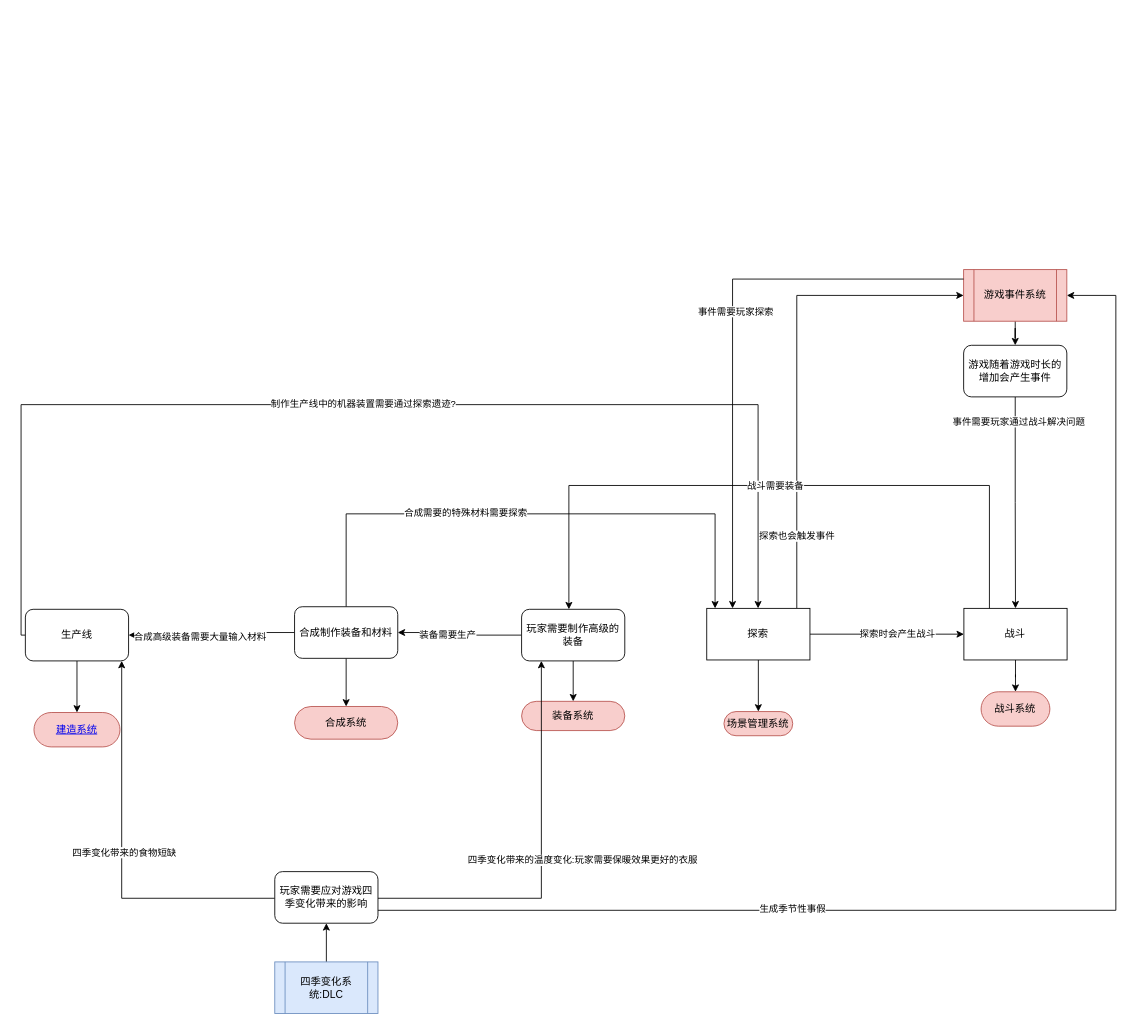
Before: page "系统循环架构总览" (1 of 6) of 开发文档文件夹/游戏系统总览.drawio in XDIOEZ/TerraFlat, a draw.io diagram. Source tidied: cells renumbered, new cells numbered last; positions are measured from the earlier drawing's top-left corner, leaving out a move shared by most shapes. Both pictures are drawn from the tidied source at 86%, with x=0, y=0 at pixel (21, 269).
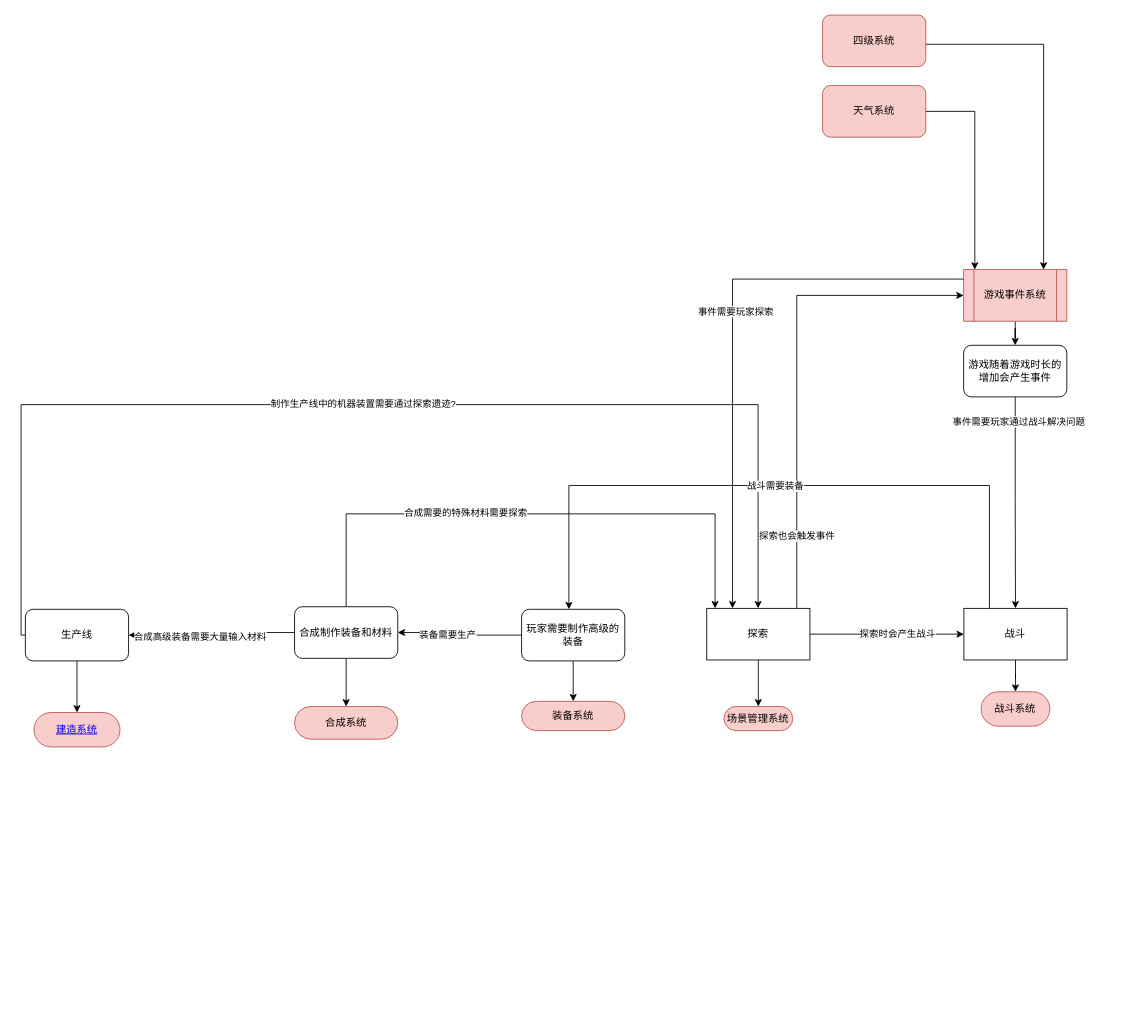
The same diagram, later.

Commit message:
Update 游戏系统总览.drawio

The change refers to these unchanged cells:
```xml
<mxCell id="16" value="玩家需要制作高级的装备" style="rounded=1;whiteSpace=wrap;html=1;" parent="1" vertex="1">
  <mxGeometry x="582" y="395" width="120" height="60" as="geometry" />
</mxCell>
<mxCell id="38" value="游戏事件系统" style="shape=process;whiteSpace=wrap;html=1;backgroundOutline=1;fillColor=#f8cecc;strokeColor=#b85450;" parent="35" vertex="1">
  <mxGeometry width="120" height="60" as="geometry" />
</mxCell>
<mxCell id="48" value="生产线" style="rounded=1;whiteSpace=wrap;html=1;" parent="1" vertex="1">
  <mxGeometry x="5" y="395" width="120" height="60" as="geometry" />
</mxCell>
```

Diff of the diagram source:
```diff
@@
     <mxCell id="2" value="场景管理系统" style="rounded=1;whiteSpace=wrap;html=1;fillColor=#f8cecc;strokeColor=#b85450;arcSize=50;" parent="1" vertex="1">
-      <mxGeometry x="817.3" y="513.9" width="80" height="28.1" as="geometry" />
+      <mxGeometry x="817.3" y="508" width="80" height="28.1" as="geometry" />
     </mxCell>
@@
-    <mxCell id="9" style="edgeStyle=orthogonalEdgeStyle;rounded=0;jettySize=auto;html=1;" parent="1" edge="1" source="42" target="48">
-      <mxGeometry relative="1" as="geometry">
-        <Array as="points">
-          <mxPoint x="117" y="731" />
-        </Array>
-      </mxGeometry>
-    </mxCell>
-    <mxCell id="10" value="四季变化带来的食物短缺" style="edgeLabel;html=1;align=center;verticalAlign=middle;" parent="9" vertex="1">
-      <mxGeometry x="0.02" y="-2" relative="1" as="geometry" />
-    </mxCell>
-    <mxCell id="11" style="edgeStyle=orthogonalEdgeStyle;rounded=0;jettySize=auto;html=1;" parent="1" edge="1" source="42" target="16">
-      <mxGeometry relative="1" as="geometry">
-        <Array as="points">
-          <mxPoint x="605" y="731" />
-        </Array>
-      </mxGeometry>
-    </mxCell>
-    <mxCell id="12" value="四季变化带来的温度变化:玩家需要保暖效果更好的衣服" style="edgeLabel;html=1;align=center;verticalAlign=middle;" parent="11" vertex="1">
-      <mxGeometry x="-0.55" y="-2" relative="1" as="geometry">
-        <mxPoint x="132" y="-47" as="offset" />
-      </mxGeometry>
-    </mxCell>
@@
-    <mxCell id="41" style="group;" parent="1" vertex="1">
-      <mxGeometry x="295" y="700" width="120" height="165" as="geometry" />
-    </mxCell>
-    <mxCell id="42" value="玩家需要应对游戏四季变化带来的影响" style="rounded=1;whiteSpace=wrap;html=1;" parent="41" vertex="1">
-      <mxGeometry width="120" height="60" as="geometry" />
-    </mxCell>
-    <mxCell id="43" style="edgeStyle=orthogonalEdgeStyle;rounded=0;jettySize=auto;html=1;" parent="41" edge="1" source="44" target="42">
-      <mxGeometry relative="1" as="geometry" />
-    </mxCell>
-    <mxCell id="44" value="四季变化系统:DLC" style="shape=process;whiteSpace=wrap;html=1;backgroundOutline=1;fillColor=#dae8fc;strokeColor=#6c8ebf;" parent="41" vertex="1">
-      <mxGeometry y="105" width="120" height="60" as="geometry" />
-    </mxCell>
-    <mxCell id="45" style="edgeStyle=orthogonalEdgeStyle;rounded=0;jettySize=auto;html=1;" parent="1" edge="1" source="42" target="38">
-      <mxGeometry relative="1" as="geometry">
-        <Array as="points">
-          <mxPoint x="1273" y="745" />
-          <mxPoint x="1273" y="30" />
-        </Array>
-      </mxGeometry>
-    </mxCell>
-    <mxCell id="46" value="生成季节性事假" style="edgeLabel;html=1;align=center;verticalAlign=middle;" parent="45" vertex="1">
-      <mxGeometry x="-0.41" y="3" relative="1" as="geometry" />
-    </mxCell>
@@
+    <mxCell id="50" style="edgeStyle=orthogonalEdgeStyle;rounded=0;jettySize=auto;html=1;" parent="1" edge="1" target="38">
+      <mxGeometry relative="1" as="geometry">
+        <mxPoint x="962" y="-184" as="sourcePoint" />
+        <Array as="points">
+          <mxPoint x="1109" y="-184" />
+        </Array>
+      </mxGeometry>
+    </mxCell>
+    <mxCell id="51" value="天气系统" style="rounded=1;whiteSpace=wrap;html=1;fillColor=#f8cecc;strokeColor=#b85450;" parent="1" vertex="1">
+      <mxGeometry x="932" y="-214" width="120" height="60" as="geometry" />
+    </mxCell>
+    <mxCell id="52" style="edgeStyle=orthogonalEdgeStyle;rounded=0;jettySize=auto;html=1;" parent="1" edge="1" source="53" target="38">
+      <mxGeometry relative="1" as="geometry">
+        <Array as="points">
+          <mxPoint x="1189" y="-262" />
+        </Array>
+      </mxGeometry>
+    </mxCell>
+    <mxCell id="53" value="四级系统" style="rounded=1;whiteSpace=wrap;html=1;fillColor=#f8cecc;strokeColor=#b85450;" parent="1" vertex="1">
+      <mxGeometry x="932" y="-296" width="120" height="60" as="geometry" />
+    </mxCell>
```
